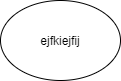
Earlier version of the draw.io export Diagram/Creation.drawio.png (lana1912/control-work). Source tidied: cells renumbered, new cells last; positions are measured from the earlier drawing's top-left corner, leaving out a move shared by most shapes. Its diagram source:
```xml
<mxGraphModel>
  <root>
    <mxCell id="0" />
    <mxCell id="1" parent="0" />
    <mxCell id="2" value="ejfkiejfij" style="ellipse;whiteSpace=wrap;html=1;" parent="1" vertex="1">
      <mxGeometry width="120" height="80" as="geometry" />
    </mxCell>
  </root>
</mxGraphModel>
```
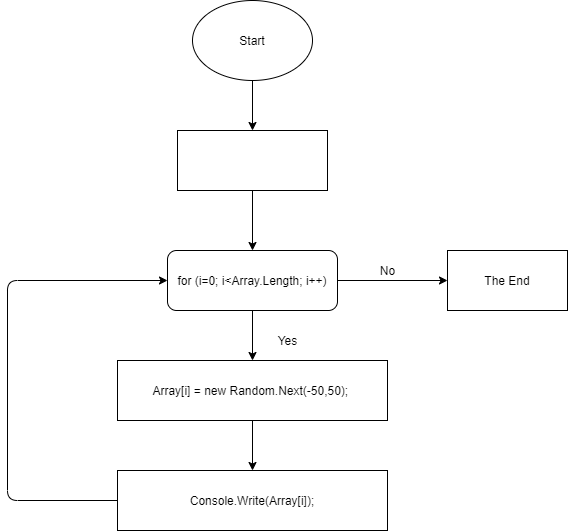
Above is the later version.

What changed in the source:
```diff
@@ -2,8 +2,58 @@
   <root>
     <mxCell id="0" />
     <mxCell id="1" parent="0" />
+    <mxCell id="3" style="edgeStyle=none;html=1;exitX=0.5;exitY=1;exitDx=0;exitDy=0;" parent="1" edge="1" source="2">
+      <mxGeometry relative="1" as="geometry">
+        <mxPoint x="60" y="130" as="targetPoint" />
+      </mxGeometry>
+    </mxCell>
-    <mxCell id="2" value="ejfkiejfij" style="ellipse;whiteSpace=wrap;html=1;" parent="1" vertex="1">
+    <mxCell id="2" value="Start" style="ellipse;whiteSpace=wrap;html=1;" parent="1" vertex="1">
       <mxGeometry width="120" height="80" as="geometry" />
     </mxCell>
+    <mxCell id="4" style="edgeStyle=none;html=1;exitX=0.5;exitY=1;exitDx=0;exitDy=0;" parent="1" edge="1" source="5">
+      <mxGeometry relative="1" as="geometry">
+        <mxPoint x="60" y="250" as="targetPoint" />
+      </mxGeometry>
+    </mxCell>
+    <mxCell id="5" value="&lt;font color=&quot;#ffffff&quot;&gt;int [] Array = new int [10];&lt;br&gt;int i = 0;&lt;/font&gt;" style="rounded=0;whiteSpace=wrap;html=1;" parent="1" vertex="1">
+      <mxGeometry x="-15" y="130" width="150" height="60" as="geometry" />
+    </mxCell>
+    <mxCell id="6" style="edgeStyle=none;html=1;exitX=0.5;exitY=1;exitDx=0;exitDy=0;" parent="1" edge="1" source="8" target="10">
+      <mxGeometry relative="1" as="geometry" />
+    </mxCell>
+    <mxCell id="7" style="edgeStyle=none;html=1;exitX=1;exitY=0.5;exitDx=0;exitDy=0;" parent="1" edge="1" source="8" target="14">
+      <mxGeometry relative="1" as="geometry" />
+    </mxCell>
+    <mxCell id="8" value="for (i=0; i&amp;lt;Array.Length; i++)" style="rounded=1;whiteSpace=wrap;html=1;" parent="1" vertex="1">
+      <mxGeometry x="-25" y="250" width="170" height="60" as="geometry" />
+    </mxCell>
+    <mxCell id="9" style="edgeStyle=none;html=1;exitX=0.5;exitY=1;exitDx=0;exitDy=0;" parent="1" edge="1" source="10">
+      <mxGeometry relative="1" as="geometry">
+        <mxPoint x="60" y="470" as="targetPoint" />
+      </mxGeometry>
+    </mxCell>
+    <mxCell id="10" value="Array[i] = new Random.Next(-50,50);&amp;nbsp;" style="rounded=0;whiteSpace=wrap;html=1;" parent="1" vertex="1">
+      <mxGeometry x="-75" y="360" width="270" height="60" as="geometry" />
+    </mxCell>
+    <mxCell id="11" value="Yes" style="text;html=1;align=center;verticalAlign=middle;strokeColor=none;" parent="1" vertex="1">
+      <mxGeometry x="75" y="330" width="40" height="20" as="geometry" />
+    </mxCell>
+    <mxCell id="12" style="edgeStyle=none;html=1;entryX=0;entryY=0.5;entryDx=0;entryDy=0;" parent="1" edge="1" source="13" target="8">
+      <mxGeometry relative="1" as="geometry">
+        <Array as="points">
+          <mxPoint x="-185" y="500" />
+          <mxPoint x="-185" y="280" />
+        </Array>
+      </mxGeometry>
+    </mxCell>
+    <mxCell id="13" value="Console.Write(Array[i]);" style="rounded=0;whiteSpace=wrap;html=1;" parent="1" vertex="1">
+      <mxGeometry x="-75" y="470" width="270" height="60" as="geometry" />
+    </mxCell>
+    <mxCell id="14" value="The End" style="rounded=0;whiteSpace=wrap;html=1;" parent="1" vertex="1">
+      <mxGeometry x="255" y="250" width="120" height="60" as="geometry" />
+    </mxCell>
+    <mxCell id="15" value="No" style="text;html=1;align=center;verticalAlign=middle;strokeColor=none;" parent="1" vertex="1">
+      <mxGeometry x="180" y="260" width="30" height="20" as="geometry" />
+    </mxCell>
   </root>
 </mxGraphModel>
```
